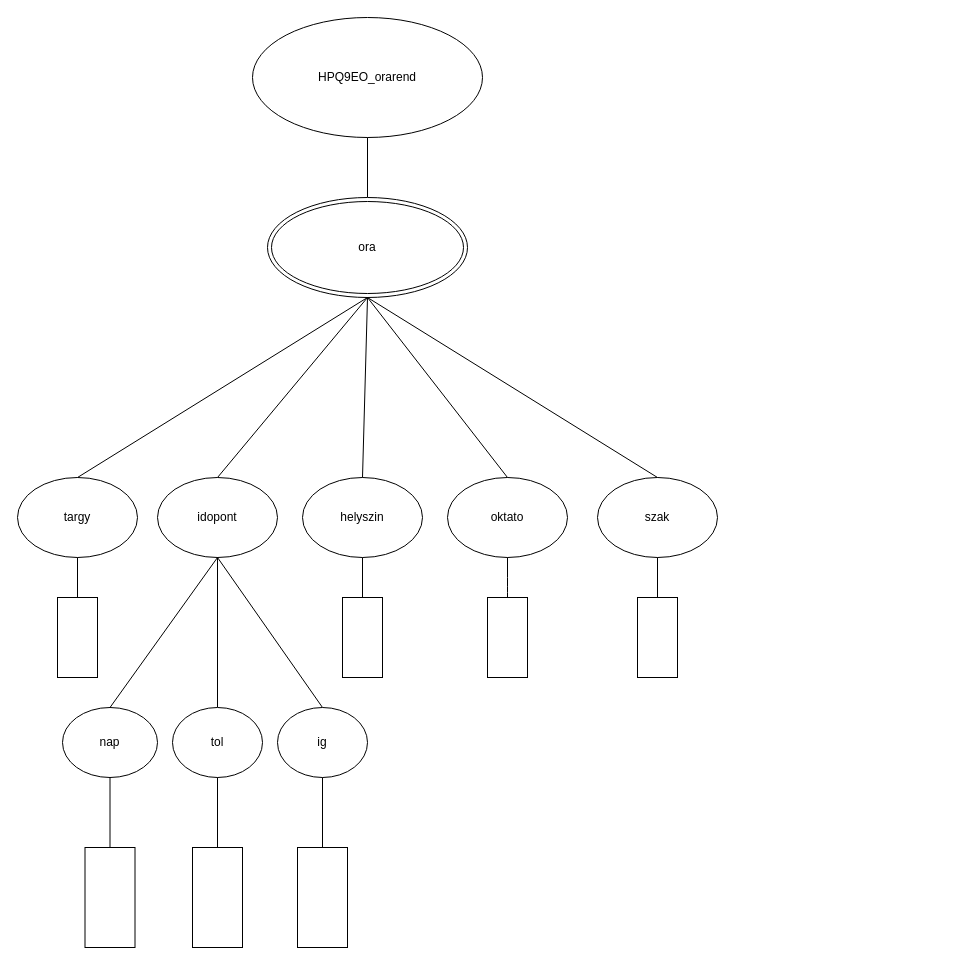
dvd2001/HPQ9EOWebXML keeps this draw.io diagram as HPQ9EO_0917/HPQ9EO_orarendXDM.drawio. Above is the earlier version. Source tidied: cells renumbered, new cells numbered last; positions are measured from the earlier drawing's top-left corner, leaving out a move shared by most shapes. Both pictures are drawn from the tidied source at 100%, with x=0, y=0 at pixel (17, 17).
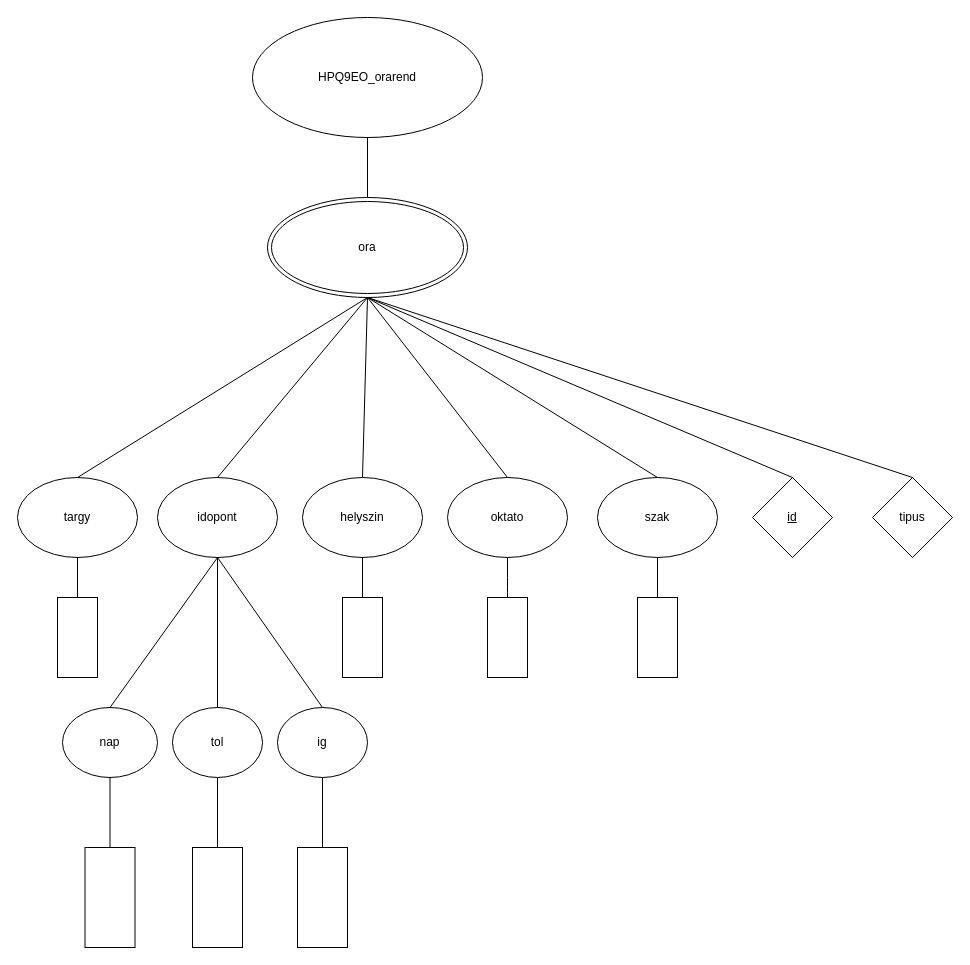
After the change.

Commit message:
adding attributes to xdm modell

Unchanged cells that the change refers to:
```xml
<mxCell id="4" value="ora" style="ellipse;shape=doubleEllipse;whiteSpace=wrap;html=1;" parent="1" vertex="1">
  <mxGeometry x="250" y="180" width="200" height="100" as="geometry" />
</mxCell>
```

Change to the diagram source:
```diff
@@
+    <mxCell id="35" value="&lt;u&gt;id&lt;/u&gt;" style="rhombus;whiteSpace=wrap;html=1;" parent="1" vertex="1">
+      <mxGeometry x="735" y="460" width="80" height="80" as="geometry" />
+    </mxCell>
+    <mxCell id="36" style="endArrow=none;html=1;entryX=0.5;entryY=1;entryDx=0;entryDy=0;exitX=0.5;exitY=0;exitDx=0;exitDy=0;" parent="1" edge="1" source="35" target="4">
+      <mxGeometry relative="1" as="geometry" />
+    </mxCell>
+    <mxCell id="37" value="tipus" style="rhombus;whiteSpace=wrap;html=1;" parent="1" vertex="1">
+      <mxGeometry x="855" y="460" width="80" height="80" as="geometry" />
+    </mxCell>
+    <mxCell id="38" style="endArrow=none;html=1;entryX=0.5;entryY=1;entryDx=0;entryDy=0;exitX=0.5;exitY=0;exitDx=0;exitDy=0;" parent="1" edge="1" source="37" target="4">
+      <mxGeometry relative="1" as="geometry" />
+    </mxCell>
```
